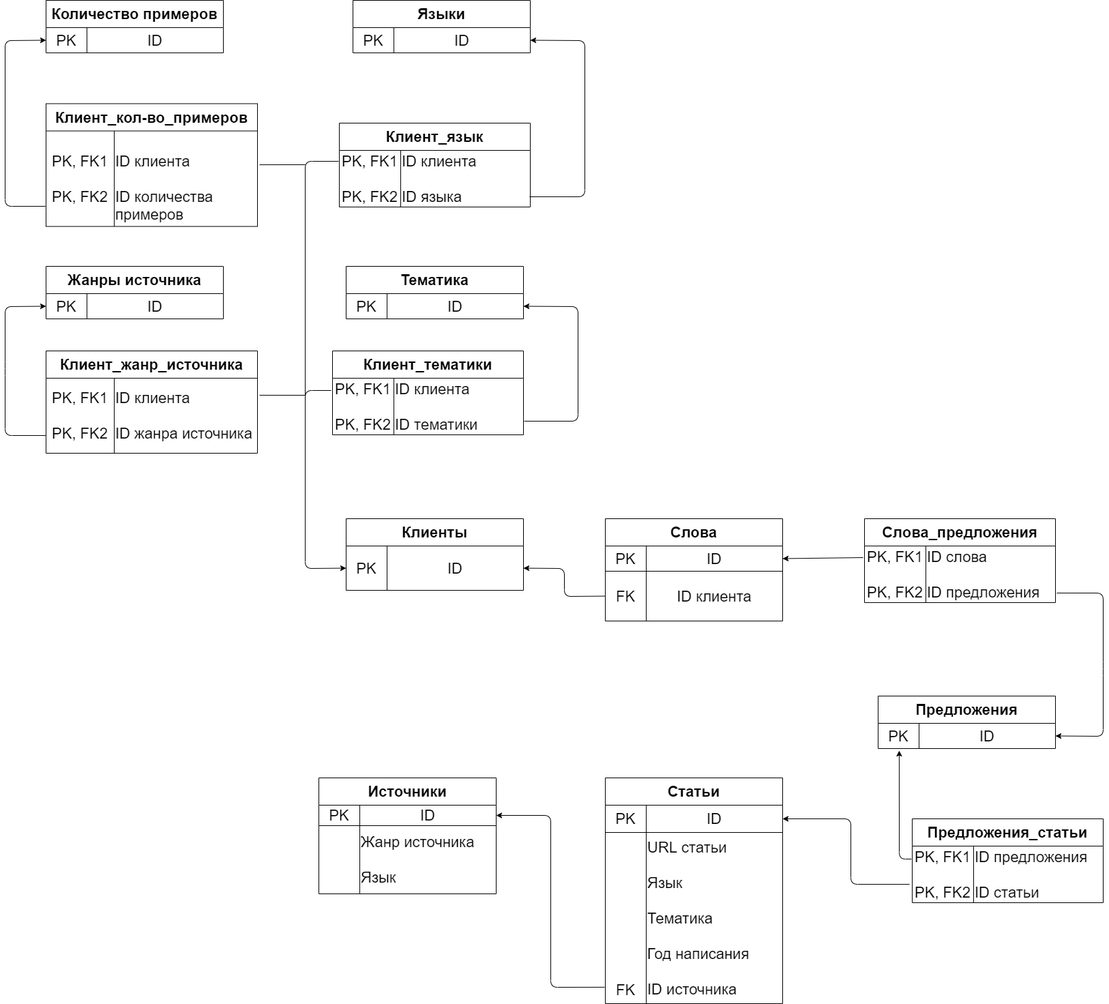
AgeevAA/DB-project keeps this draw.io diagram as TRD_updated.png. Above is the earlier version. Source tidied: cells renumbered, new cells last; positions are measured from the earlier drawing's top-left corner, leaving out a move shared by most shapes.
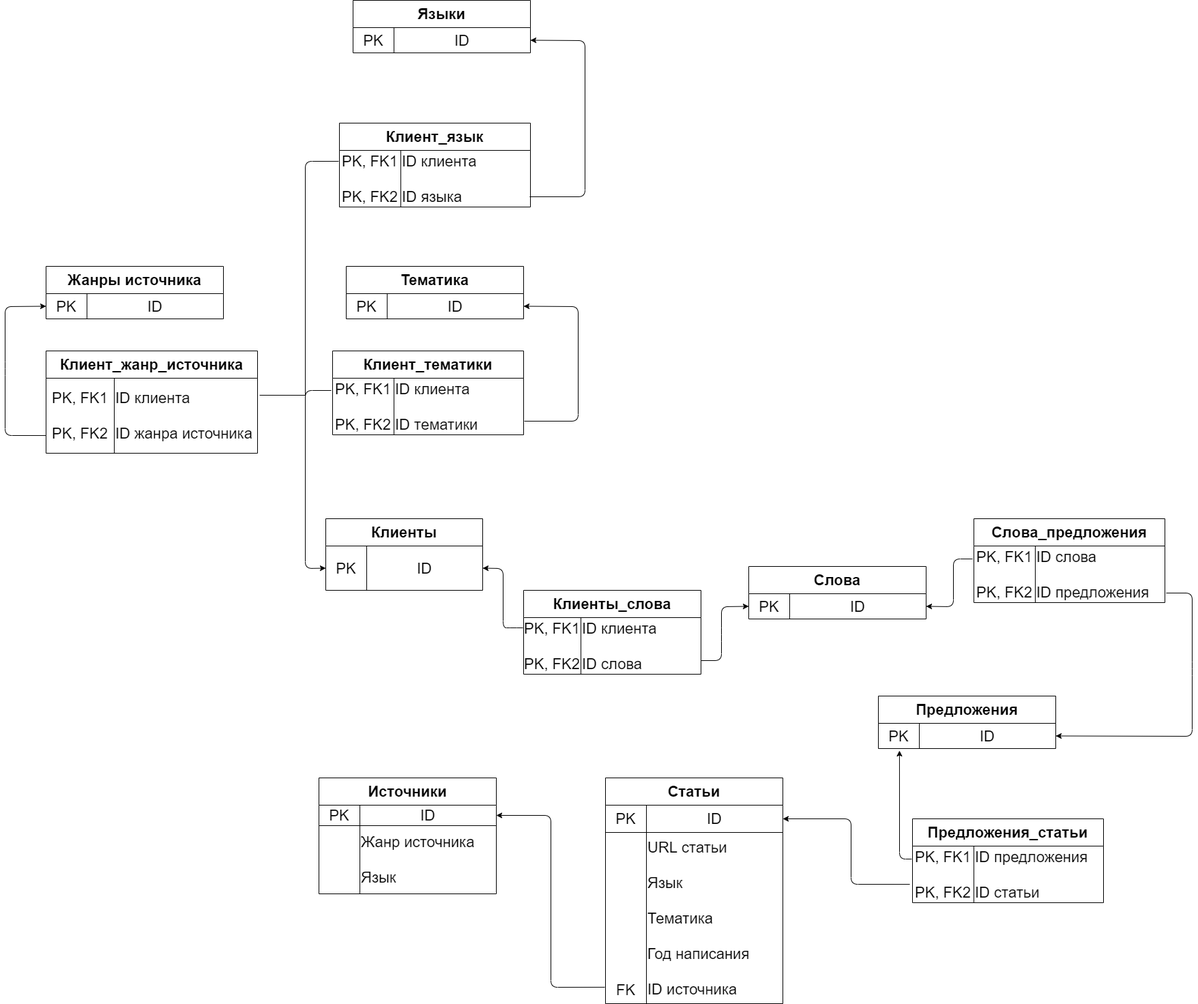
After the change.

Change to the diagram source:
```diff
@@ -3,19 +3,19 @@
     <mxCell id="0" />
     <mxCell id="1" parent="0" />
     <mxCell id="2" value="&lt;font style=&quot;font-size: 22px&quot;&gt;Клиенты&lt;/font&gt;" style="shape=table;html=1;whiteSpace=wrap;startSize=40;fontStyle=1;align=center;" parent="1" vertex="1">
-      <mxGeometry x="500" y="760" width="260" height="105" as="geometry" />
+      <mxGeometry x="470" y="760" width="230" height="105" as="geometry" />
     </mxCell>
     <mxCell id="3" style="shape=partialRectangle;html=1;whiteSpace=wrap;fillColor=none;top=0;left=0;bottom=0;right=0;points=[[0,0.5],[1,0.5]];portConstraint=eastwest;" parent="2" vertex="1">
-      <mxGeometry y="40" width="260" height="65" as="geometry" />
+      <mxGeometry y="40" width="230" height="65" as="geometry" />
     </mxCell>
     <mxCell id="4" value="&lt;font style=&quot;font-size: 22px&quot;&gt;PK&lt;/font&gt;" style="shape=partialRectangle;html=1;whiteSpace=wrap;fillColor=none;top=0;left=0;bottom=0;right=0;overflow=hidden;" parent="3" vertex="1">
       <mxGeometry width="60" height="65" as="geometry" />
     </mxCell>
     <mxCell id="5" value="&lt;font style=&quot;font-size: 22px&quot;&gt;ID&lt;/font&gt;" style="shape=partialRectangle;html=1;whiteSpace=wrap;fillColor=none;top=0;left=0;bottom=0;right=0;overflow=hidden;" parent="3" vertex="1">
-      <mxGeometry x="60" width="200" height="65" as="geometry" />
+      <mxGeometry x="60" width="170" height="65" as="geometry" />
     </mxCell>
     <mxCell id="6" value="&lt;span style=&quot;font-size: 22px&quot;&gt;Слова&lt;/span&gt;" style="shape=table;html=1;whiteSpace=wrap;startSize=40;fontStyle=1;align=center;" parent="1" vertex="1">
-      <mxGeometry x="880" y="760" width="260" height="150" as="geometry" />
+      <mxGeometry x="1090" y="830" width="260" height="77" as="geometry" />
     </mxCell>
     <mxCell id="7" style="shape=partialRectangle;html=1;whiteSpace=wrap;fillColor=none;top=0;left=0;bottom=0;right=0;points=[[0,0.5],[1,0.5]];portConstraint=eastwest;" parent="6" vertex="1">
       <mxGeometry y="40" width="260" height="37" as="geometry" />
@@ -26,15 +26,6 @@
     <mxCell id="9" value="&lt;font style=&quot;font-size: 22px&quot;&gt;ID&lt;/font&gt;" style="shape=partialRectangle;html=1;whiteSpace=wrap;fillColor=none;top=0;left=0;bottom=0;right=0;overflow=hidden;" parent="7" vertex="1">
       <mxGeometry x="60" width="200" height="37" as="geometry" />
     </mxCell>
-    <mxCell id="10" style="shape=partialRectangle;html=1;whiteSpace=wrap;fillColor=none;top=0;left=0;bottom=0;right=0;points=[[0,0.5],[1,0.5]];portConstraint=eastwest;" parent="6" vertex="1">
-      <mxGeometry y="77" width="260" height="73" as="geometry" />
-    </mxCell>
-    <mxCell id="11" value="&lt;font style=&quot;font-size: 22px&quot;&gt;FK&lt;/font&gt;" style="shape=partialRectangle;html=1;whiteSpace=wrap;fillColor=none;top=0;left=0;bottom=0;right=0;overflow=hidden;" parent="10" vertex="1">
-      <mxGeometry width="60" height="73" as="geometry" />
-    </mxCell>
-    <mxCell id="12" value="&lt;font style=&quot;font-size: 22px&quot;&gt;ID клиента&lt;/font&gt;" style="shape=partialRectangle;html=1;whiteSpace=wrap;fillColor=none;top=0;left=0;bottom=0;right=0;overflow=hidden;" parent="10" vertex="1">
-      <mxGeometry x="60" width="200" height="73" as="geometry" />
-    </mxCell>
     <mxCell id="13" value="&lt;span style=&quot;font-size: 22px&quot;&gt;Источники&lt;/span&gt;" style="shape=table;html=1;whiteSpace=wrap;startSize=40;fontStyle=1;align=center;" parent="1" vertex="1">
       <mxGeometry x="460" y="1140" width="260" height="170" as="geometry" />
     </mxCell>
@@ -113,18 +104,6 @@
     <mxCell id="38" value="&lt;font style=&quot;font-size: 22px&quot;&gt;ID&lt;/font&gt;" style="shape=partialRectangle;html=1;whiteSpace=wrap;fillColor=none;top=0;left=0;bottom=0;right=0;overflow=hidden;" parent="36" vertex="1">
       <mxGeometry x="60" width="200" height="37" as="geometry" />
     </mxCell>
-    <mxCell id="39" value="&lt;span style=&quot;font-size: 22px&quot;&gt;Количество примеров&lt;/span&gt;" style="shape=table;html=1;whiteSpace=wrap;startSize=40;fontStyle=1;align=center;" parent="1" vertex="1">
-      <mxGeometry x="60" width="260" height="77" as="geometry" />
-    </mxCell>
-    <mxCell id="40" style="shape=partialRectangle;html=1;whiteSpace=wrap;fillColor=none;top=0;left=0;bottom=0;right=0;points=[[0,0.5],[1,0.5]];portConstraint=eastwest;" parent="39" vertex="1">
-      <mxGeometry y="40" width="260" height="37" as="geometry" />
-    </mxCell>
-    <mxCell id="41" value="&lt;font style=&quot;font-size: 22px&quot;&gt;PK&lt;/font&gt;" style="shape=partialRectangle;html=1;whiteSpace=wrap;fillColor=none;top=0;left=0;bottom=0;right=0;overflow=hidden;" parent="40" vertex="1">
-      <mxGeometry width="60" height="37" as="geometry" />
-    </mxCell>
-    <mxCell id="42" value="&lt;font style=&quot;font-size: 22px&quot;&gt;ID&lt;/font&gt;" style="shape=partialRectangle;html=1;whiteSpace=wrap;fillColor=none;top=0;left=0;bottom=0;right=0;overflow=hidden;" parent="40" vertex="1">
-      <mxGeometry x="60" width="200" height="37" as="geometry" />
-    </mxCell>
     <mxCell id="43" value="&lt;span style=&quot;font-size: 22px&quot;&gt;Тематика&lt;/span&gt;" style="shape=table;html=1;whiteSpace=wrap;startSize=40;fontStyle=1;align=center;" parent="1" vertex="1">
       <mxGeometry x="500" y="390" width="260" height="77" as="geometry" />
     </mxCell>
@@ -138,7 +117,7 @@
       <mxGeometry x="60" width="200" height="37" as="geometry" />
     </mxCell>
     <mxCell id="47" value="&lt;span style=&quot;font-size: 22px&quot;&gt;Слова_предложения&lt;/span&gt;" style="shape=table;html=1;whiteSpace=wrap;startSize=40;fontStyle=1;align=center;" parent="1" vertex="1">
-      <mxGeometry x="1260" y="760" width="280" height="123" as="geometry" />
+      <mxGeometry x="1420" y="760" width="280" height="123" as="geometry" />
     </mxCell>
     <mxCell id="48" style="shape=partialRectangle;html=1;whiteSpace=wrap;fillColor=none;top=0;left=0;bottom=0;right=0;points=[[0,0.5],[1,0.5]];portConstraint=eastwest;" parent="47" vertex="1">
       <mxGeometry y="40" width="280" height="83" as="geometry" />
@@ -185,18 +164,6 @@
     <mxCell id="62" value="&lt;span style=&quot;font-size: 22px&quot;&gt;ID клиента&lt;br&gt;&lt;br&gt;ID тематики&lt;br&gt;&lt;/span&gt;" style="shape=partialRectangle;html=1;whiteSpace=wrap;fillColor=none;top=0;left=0;bottom=0;right=0;overflow=hidden;align=left;" parent="60" vertex="1">
       <mxGeometry x="90" width="190" height="83" as="geometry" />
     </mxCell>
-    <mxCell id="63" value="&lt;span style=&quot;font-size: 22px&quot;&gt;Клиент_кол-во_примеров&lt;/span&gt;" style="shape=table;html=1;whiteSpace=wrap;startSize=40;fontStyle=1;align=center;" parent="1" vertex="1">
-      <mxGeometry x="60" y="151.5" width="310" height="180" as="geometry" />
-    </mxCell>
-    <mxCell id="64" style="shape=partialRectangle;html=1;whiteSpace=wrap;fillColor=none;top=0;left=0;bottom=0;right=0;points=[[0,0.5],[1,0.5]];portConstraint=eastwest;" parent="63" vertex="1">
-      <mxGeometry y="40" width="310" height="140" as="geometry" />
-    </mxCell>
-    <mxCell id="65" value="&lt;span style=&quot;font-size: 22px&quot;&gt;PK, FK1&lt;br&gt;&lt;br&gt;PK, FK2&lt;br&gt;&lt;/span&gt;" style="shape=partialRectangle;html=1;whiteSpace=wrap;fillColor=none;top=0;left=0;bottom=0;right=0;overflow=hidden;" parent="64" vertex="1">
-      <mxGeometry width="100" height="140" as="geometry" />
-    </mxCell>
-    <mxCell id="66" value="&lt;span style=&quot;font-size: 22px&quot;&gt;&lt;br&gt;ID клиента&lt;br&gt;&lt;br&gt;ID количества примеров&lt;br&gt;&lt;/span&gt;" style="shape=partialRectangle;html=1;whiteSpace=wrap;fillColor=none;top=0;left=0;bottom=0;right=0;overflow=hidden;align=left;" parent="64" vertex="1">
-      <mxGeometry x="100" width="210" height="140" as="geometry" />
-    </mxCell>
     <mxCell id="67" value="&lt;span style=&quot;font-size: 22px&quot;&gt;Клиент_жанр_источника&lt;/span&gt;" style="shape=table;html=1;whiteSpace=wrap;startSize=40;fontStyle=1;align=center;" parent="1" vertex="1">
       <mxGeometry x="60" y="514" width="310" height="150" as="geometry" />
     </mxCell>
@@ -209,25 +176,20 @@
     <mxCell id="70" value="&lt;span style=&quot;font-size: 22px&quot;&gt;ID клиента&lt;br&gt;&lt;br&gt;ID жанра источника&lt;br&gt;&lt;/span&gt;" style="shape=partialRectangle;html=1;whiteSpace=wrap;fillColor=none;top=0;left=0;bottom=0;right=0;overflow=hidden;align=left;" parent="68" vertex="1">
       <mxGeometry x="100" width="210" height="110" as="geometry" />
     </mxCell>
-    <mxCell id="71" style="endArrow=none;html=1;entryX=0;entryY=0.5;entryDx=0;entryDy=0;exitX=1;exitY=0.5;exitDx=0;exitDy=0;startArrow=classic;startFill=1;" parent="1" edge="1" source="3" target="10">
-      <mxGeometry relative="1" as="geometry">
-        <Array as="points">
-          <mxPoint x="820" y="833" />
-          <mxPoint x="820" y="874" />
-        </Array>
-      </mxGeometry>
-    </mxCell>
-    <mxCell id="72" style="endArrow=none;html=1;exitX=1;exitY=0.5;exitDx=0;exitDy=0;startArrow=classic;startFill=1;" parent="1" edge="1" source="7">
+    <mxCell id="72" style="endArrow=none;html=1;exitX=1;exitY=0.5;exitDx=0;exitDy=0;startArrow=classic;startFill=1;entryX=-0.007;entryY=0.229;entryDx=0;entryDy=0;entryPerimeter=0;" parent="1" edge="1" source="7" target="48">
       <mxGeometry relative="1" as="geometry">
-        <mxPoint x="1258" y="817" as="targetPoint" />
+        <Array as="points">
+          <mxPoint x="1390" y="889" />
+          <mxPoint x="1390" y="819" />
+        </Array>
       </mxGeometry>
     </mxCell>
     <mxCell id="73" style="endArrow=none;html=1;entryX=1.007;entryY=0.831;entryDx=0;entryDy=0;entryPerimeter=0;exitX=1;exitY=0.5;exitDx=0;exitDy=0;startArrow=classic;startFill=1;" parent="1" edge="1" source="28" target="48">
       <mxGeometry relative="1" as="geometry">
         <Array as="points">
-          <mxPoint x="1610" y="1079" />
-          <mxPoint x="1610" y="980" />
-          <mxPoint x="1610" y="869" />
+          <mxPoint x="1740" y="1079" />
+          <mxPoint x="1740" y="980" />
+          <mxPoint x="1740" y="869" />
         </Array>
       </mxGeometry>
     </mxCell>
@@ -292,11 +254,6 @@
         </Array>
       </mxGeometry>
     </mxCell>
-    <mxCell id="82" style="endArrow=none;html=1;exitX=1.01;exitY=0.354;exitDx=0;exitDy=0;exitPerimeter=0;" parent="1" edge="1" source="64">
-      <mxGeometry relative="1" as="geometry">
-        <mxPoint x="440" y="241" as="targetPoint" />
-      </mxGeometry>
-    </mxCell>
     <mxCell id="83" style="endArrow=none;html=1;entryX=0.996;entryY=0.819;entryDx=0;entryDy=0;entryPerimeter=0;exitX=1;exitY=0.5;exitDx=0;exitDy=0;startArrow=classic;startFill=1;" parent="1" edge="1" source="36" target="56">
       <mxGeometry relative="1" as="geometry">
         <Array as="points">
@@ -305,13 +262,36 @@
         </Array>
       </mxGeometry>
     </mxCell>
-    <mxCell id="84" style="endArrow=classic;html=1;exitX=-0.003;exitY=0.789;exitDx=0;exitDy=0;exitPerimeter=0;entryX=0;entryY=0.5;entryDx=0;entryDy=0;endFill=1;" parent="1" edge="1" source="64" target="40">
-      <mxGeometry relative="1" as="geometry">
-        <Array as="points">
-          <mxPoint y="302" />
-          <mxPoint y="59" />
-        </Array>
-      </mxGeometry>
-    </mxCell>
+    <mxCell id="85" value="&lt;span style=&quot;font-size: 22px&quot;&gt;Клиенты_слова&lt;/span&gt;" style="shape=table;html=1;whiteSpace=wrap;startSize=40;fontStyle=1;align=center;" parent="1" vertex="1">
+      <mxGeometry x="760" y="865" width="260" height="123" as="geometry" />
+    </mxCell>
+    <mxCell id="86" style="shape=partialRectangle;html=1;whiteSpace=wrap;fillColor=none;top=0;left=0;bottom=0;right=0;points=[[0,0.5],[1,0.5]];portConstraint=eastwest;" parent="85" vertex="1">
+      <mxGeometry y="40" width="260" height="83" as="geometry" />
+    </mxCell>
+    <mxCell id="65" value="&lt;span style=&quot;font-size: 22px&quot;&gt;PK, FK1&lt;br&gt;&lt;br&gt;PK, FK2&lt;br&gt;&lt;/span&gt;" style="shape=partialRectangle;html=1;whiteSpace=wrap;fillColor=none;top=0;left=0;bottom=0;right=0;overflow=hidden;" parent="86" vertex="1">
+      <mxGeometry width="84" height="83" as="geometry" />
+    </mxCell>
+    <mxCell id="87" value="&lt;span style=&quot;font-size: 22px&quot;&gt;ID клиента&lt;br&gt;&lt;br&gt;ID слова&lt;br&gt;&lt;/span&gt;" style="shape=partialRectangle;html=1;whiteSpace=wrap;fillColor=none;top=0;left=0;bottom=0;right=0;overflow=hidden;align=left;" parent="86" vertex="1">
+      <mxGeometry x="84" width="176" height="83" as="geometry" />
+    </mxCell>
+    <mxCell id="88" style="endArrow=classic;html=1;startArrow=none;startFill=0;endFill=1;entryX=0;entryY=0.5;entryDx=0;entryDy=0;exitX=1;exitY=0.759;exitDx=0;exitDy=0;exitPerimeter=0;" parent="1" edge="1" source="86" target="7">
+      <mxGeometry relative="1" as="geometry">
+        <Array as="points">
+          <mxPoint x="1050" y="968" />
+          <mxPoint x="1050" y="930" />
+          <mxPoint x="1050" y="889" />
+        </Array>
+      </mxGeometry>
+    </mxCell>
+    <mxCell id="89" style="endArrow=classic;html=1;endFill=1;entryX=1;entryY=0.5;entryDx=0;entryDy=0;" parent="1" edge="1" target="3">
+      <mxGeometry relative="1" as="geometry">
+        <mxPoint x="759" y="920" as="sourcePoint" />
+        <Array as="points">
+          <mxPoint x="750" y="920" />
+          <mxPoint x="730" y="920" />
+          <mxPoint x="730" y="833" />
+        </Array>
+      </mxGeometry>
+    </mxCell>
   </root>
 </mxGraphModel>
```
